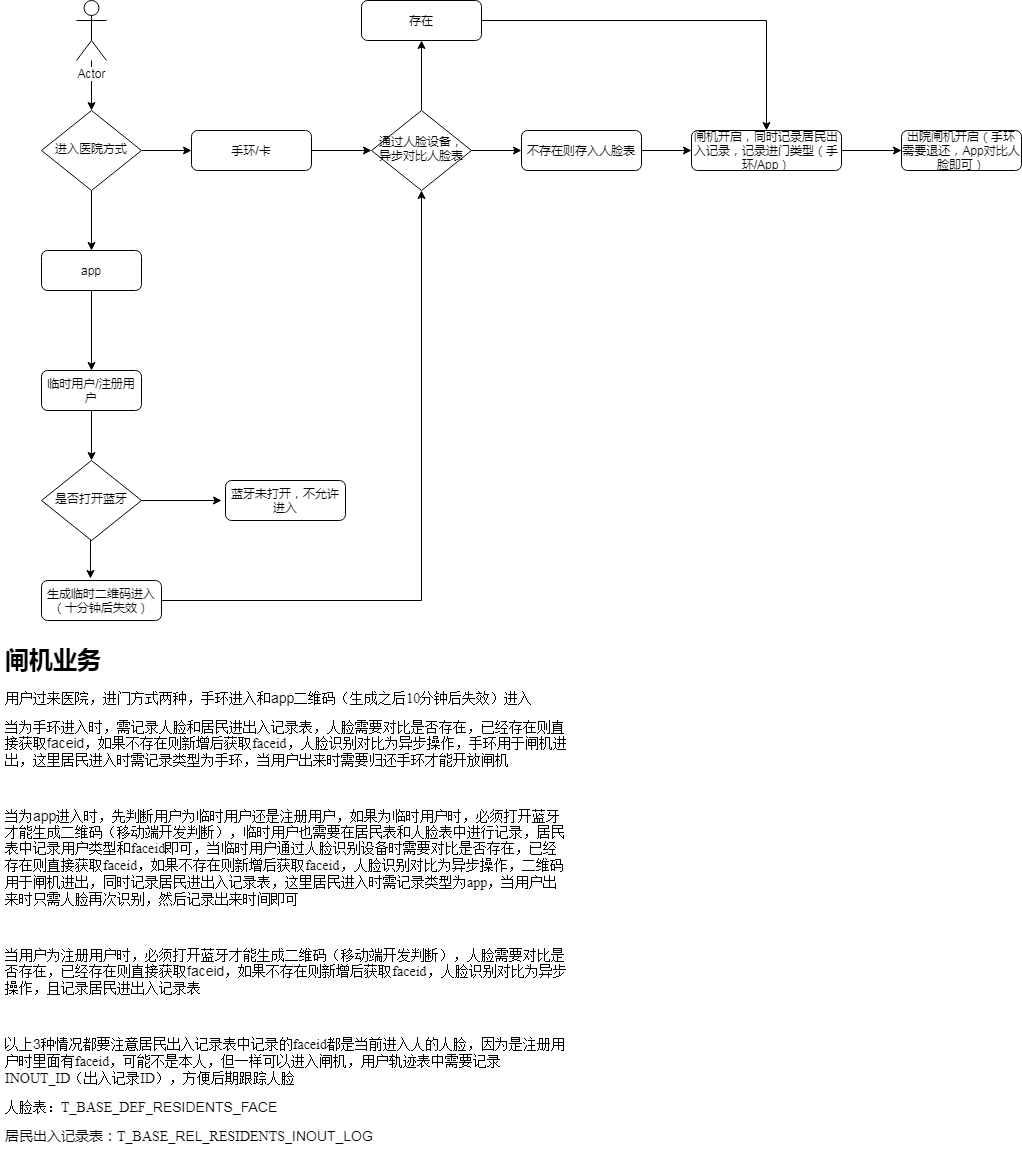
This is 闸机.png from yin8133/imageFile, a draw.io export, as it was before one commit. Source tidied: cells renumbered, new cells last; positions are measured from the earlier drawing's top-left corner, leaving out a move shared by most shapes. The source it was exported from:
```xml
<mxGraphModel>
  <root>
    <mxCell id="0" />
    <mxCell id="1" parent="0" />
    <mxCell id="2" style="edgeStyle=orthogonalEdgeStyle;rounded=0;jettySize=auto;html=1;exitX=1;exitY=0.5;exitDx=0;exitDy=0;" parent="1" edge="1" source="4">
      <mxGeometry relative="1" as="geometry">
        <mxPoint x="191" y="150" as="targetPoint" />
      </mxGeometry>
    </mxCell>
    <mxCell id="3" style="edgeStyle=orthogonalEdgeStyle;rounded=0;jettySize=auto;html=1;entryX=0.5;entryY=0;entryDx=0;entryDy=0;" parent="1" edge="1" source="4" target="27">
      <mxGeometry relative="1" as="geometry" />
    </mxCell>
    <mxCell id="4" value="进入医院方式" style="rhombus;whiteSpace=wrap;html=1;shadow=0;fontFamily=Helvetica;fontSize=12;align=center;strokeWidth=1;spacing=6;spacingTop=-4;" parent="1" vertex="1">
      <mxGeometry x="41" y="110" width="100" height="80" as="geometry" />
    </mxCell>
    <mxCell id="5" style="edgeStyle=orthogonalEdgeStyle;rounded=0;jettySize=auto;html=1;exitX=1;exitY=0.5;exitDx=0;exitDy=0;entryX=0;entryY=0.5;entryDx=0;entryDy=0;" parent="1" edge="1" source="6" target="13">
      <mxGeometry relative="1" as="geometry" />
    </mxCell>
    <mxCell id="6" value="手环/卡" style="rounded=1;whiteSpace=wrap;html=1;fontSize=12;glass=0;strokeWidth=1;shadow=0;" parent="1" vertex="1">
      <mxGeometry x="191" y="130" width="120" height="40" as="geometry" />
    </mxCell>
    <mxCell id="7" style="edgeStyle=orthogonalEdgeStyle;rounded=0;jettySize=auto;html=1;entryX=0.5;entryY=0;entryDx=0;entryDy=0;" parent="1" edge="1" source="8" target="22">
      <mxGeometry relative="1" as="geometry" />
    </mxCell>
    <mxCell id="8" value="临时用户/注册用户" style="rounded=1;whiteSpace=wrap;html=1;fontSize=12;glass=0;strokeWidth=1;shadow=0;" parent="1" vertex="1">
      <mxGeometry x="41" y="370" width="100" height="40" as="geometry" />
    </mxCell>
    <mxCell id="9" style="edgeStyle=orthogonalEdgeStyle;rounded=0;jettySize=auto;html=1;entryX=0.5;entryY=0;entryDx=0;entryDy=0;" parent="1" edge="1" source="10" target="4">
      <mxGeometry relative="1" as="geometry" />
    </mxCell>
    <mxCell id="10" value="Actor" style="shape=umlActor;verticalLabelPosition=bottom;labelBackgroundColor=#ffffff;verticalAlign=top;html=1;outlineConnect=0;" parent="1" vertex="1">
      <mxGeometry x="76" width="30" height="60" as="geometry" />
    </mxCell>
    <mxCell id="11" style="edgeStyle=orthogonalEdgeStyle;rounded=0;jettySize=auto;html=1;exitX=1;exitY=0.5;exitDx=0;exitDy=0;" parent="1" edge="1" source="13">
      <mxGeometry relative="1" as="geometry">
        <mxPoint x="521" y="150" as="targetPoint" />
      </mxGeometry>
    </mxCell>
    <mxCell id="12" style="edgeStyle=orthogonalEdgeStyle;rounded=0;jettySize=auto;html=1;exitX=0.5;exitY=0;exitDx=0;exitDy=0;" parent="1" edge="1" source="13">
      <mxGeometry relative="1" as="geometry">
        <mxPoint x="421" y="40" as="targetPoint" />
      </mxGeometry>
    </mxCell>
    <mxCell id="13" value="通过人脸设备，异步对比人脸表" style="rhombus;whiteSpace=wrap;html=1;shadow=0;fontFamily=Helvetica;fontSize=12;align=center;strokeWidth=1;spacing=6;spacingTop=-4;" parent="1" vertex="1">
      <mxGeometry x="371" y="110" width="100" height="80" as="geometry" />
    </mxCell>
    <mxCell id="14" style="edgeStyle=orthogonalEdgeStyle;rounded=0;jettySize=auto;html=1;exitX=1;exitY=0.5;exitDx=0;exitDy=0;entryX=0.5;entryY=0;entryDx=0;entryDy=0;" parent="1" edge="1" source="15" target="19">
      <mxGeometry relative="1" as="geometry" />
    </mxCell>
    <mxCell id="15" value="存在" style="rounded=1;whiteSpace=wrap;html=1;fontSize=12;glass=0;strokeWidth=1;shadow=0;" parent="1" vertex="1">
      <mxGeometry x="361" width="120" height="40" as="geometry" />
    </mxCell>
    <mxCell id="16" style="edgeStyle=orthogonalEdgeStyle;rounded=0;jettySize=auto;html=1;exitX=1;exitY=0.5;exitDx=0;exitDy=0;" parent="1" edge="1" source="17" target="19">
      <mxGeometry relative="1" as="geometry" />
    </mxCell>
    <mxCell id="17" value="不存在则存入人脸表" style="rounded=1;whiteSpace=wrap;html=1;fontSize=12;glass=0;strokeWidth=1;shadow=0;" parent="1" vertex="1">
      <mxGeometry x="521" y="130" width="120" height="40" as="geometry" />
    </mxCell>
    <mxCell id="18" style="edgeStyle=orthogonalEdgeStyle;rounded=0;jettySize=auto;html=1;exitX=1;exitY=0.5;exitDx=0;exitDy=0;entryX=0;entryY=0.5;entryDx=0;entryDy=0;" parent="1" edge="1" source="19" target="28">
      <mxGeometry relative="1" as="geometry" />
    </mxCell>
    <mxCell id="19" value="&lt;span id=&quot;pos_placeholder&quot; style=&quot;width: 0px ; height: 0px ; visibility: hidden ; margin: 0px ; padding: 0px&quot;&gt;&lt;/span&gt;闸机开启，同时记录居民出入记录，记录进门类型（手环/App）" style="rounded=1;whiteSpace=wrap;html=1;fontSize=12;glass=0;strokeWidth=1;shadow=0;" parent="1" vertex="1">
      <mxGeometry x="691" y="130" width="150" height="40" as="geometry" />
    </mxCell>
    <mxCell id="20" style="edgeStyle=orthogonalEdgeStyle;rounded=0;jettySize=auto;html=1;exitX=1;exitY=0.5;exitDx=0;exitDy=0;" parent="1" edge="1" source="22">
      <mxGeometry relative="1" as="geometry">
        <mxPoint x="221" y="500" as="targetPoint" />
      </mxGeometry>
    </mxCell>
    <mxCell id="21" style="edgeStyle=orthogonalEdgeStyle;rounded=0;jettySize=auto;html=1;exitX=0.5;exitY=1;exitDx=0;exitDy=0;entryX=0.408;entryY=-0.05;entryDx=0;entryDy=0;entryPerimeter=0;" parent="1" edge="1" source="22" target="25">
      <mxGeometry relative="1" as="geometry" />
    </mxCell>
    <mxCell id="22" value="是否打开蓝牙" style="rhombus;whiteSpace=wrap;html=1;shadow=0;fontFamily=Helvetica;fontSize=12;align=center;strokeWidth=1;spacing=6;spacingTop=-4;" parent="1" vertex="1">
      <mxGeometry x="41" y="460" width="100" height="80" as="geometry" />
    </mxCell>
    <mxCell id="23" value="蓝牙未打开，不允许进入" style="rounded=1;whiteSpace=wrap;html=1;fontSize=12;glass=0;strokeWidth=1;shadow=0;" parent="1" vertex="1">
      <mxGeometry x="225" y="480" width="120" height="40" as="geometry" />
    </mxCell>
    <mxCell id="24" style="edgeStyle=orthogonalEdgeStyle;rounded=0;jettySize=auto;html=1;exitX=1;exitY=0.5;exitDx=0;exitDy=0;entryX=0.5;entryY=1;entryDx=0;entryDy=0;" parent="1" edge="1" source="25" target="13">
      <mxGeometry relative="1" as="geometry" />
    </mxCell>
    <mxCell id="25" value="生成临时二维码进入（十分钟后失效）" style="rounded=1;whiteSpace=wrap;html=1;fontSize=12;glass=0;strokeWidth=1;shadow=0;" parent="1" vertex="1">
      <mxGeometry x="41" y="580" width="120" height="40" as="geometry" />
    </mxCell>
    <mxCell id="26" style="edgeStyle=orthogonalEdgeStyle;rounded=0;jettySize=auto;html=1;entryX=0.5;entryY=0;entryDx=0;entryDy=0;" parent="1" edge="1" source="27" target="8">
      <mxGeometry relative="1" as="geometry" />
    </mxCell>
    <mxCell id="27" value="app" style="rounded=1;whiteSpace=wrap;html=1;fontSize=12;glass=0;strokeWidth=1;shadow=0;" parent="1" vertex="1">
      <mxGeometry x="41" y="250" width="100" height="40" as="geometry" />
    </mxCell>
    <mxCell id="28" value="出院闸机开启（手环需要退还，App对比人脸即可）" style="rounded=1;whiteSpace=wrap;html=1;fontSize=12;glass=0;strokeWidth=1;shadow=0;" parent="1" vertex="1">
      <mxGeometry x="901" y="130" width="120" height="40" as="geometry" />
    </mxCell>
    <mxCell id="29" value="&lt;h1&gt;&lt;span id=&quot;pos_placeholder&quot; style=&quot;width: 0px ; height: 0px ; visibility: hidden ; margin: 0px ; padding: 0px&quot;&gt;&lt;/span&gt;&lt;span id=&quot;pos_placeholder&quot; style=&quot;width: 0px ; height: 0px ; visibility: hidden ; margin: 0px ; padding: 0px&quot;&gt;&lt;/span&gt;闸机业务&lt;/h1&gt;&lt;p class=&quot;MsoNormal&quot;&gt;&lt;span style=&quot;font-size: 10.5000pt&quot;&gt;&lt;font face=&quot;宋体&quot;&gt;用户过来医院，进门方式两种，手环进入和&lt;/font&gt;app&lt;font face=&quot;宋体&quot;&gt;二维码（生成之后&lt;/font&gt;&lt;font face=&quot;Times New Roman&quot;&gt;10&lt;/font&gt;&lt;font face=&quot;宋体&quot;&gt;分钟后失效）进入&lt;/font&gt;&lt;/span&gt;&lt;span style=&quot;font-size: 10.5000pt&quot;&gt;&lt;/span&gt;&lt;/p&gt;&lt;p class=&quot;MsoNormal&quot;&gt;&lt;span style=&quot;font-size: 10.5000pt&quot;&gt;&lt;font face=&quot;宋体&quot;&gt;当为手环进入时，需记录人脸和居民进出入记录表，人脸需要对比是否存在，已经存在则直接获取&lt;/font&gt;faceid&lt;font face=&quot;宋体&quot;&gt;，如果不存在则新增后获取&lt;/font&gt;&lt;font face=&quot;Times New Roman&quot;&gt;faceid&lt;/font&gt;&lt;font face=&quot;宋体&quot;&gt;，人脸识别对比为异步操作，手环用于闸机进出，这里居民进入时需记录类型为手环，当用户出来时需要归还手环才能开放闸机&lt;/font&gt;&lt;/span&gt;&lt;span style=&quot;font-size: 10.5000pt&quot;&gt;&lt;/span&gt;&lt;/p&gt;&lt;p class=&quot;MsoNormal&quot;&gt;&lt;span style=&quot;font-size: 10.5000pt&quot;&gt;&amp;nbsp;&lt;/span&gt;&lt;/p&gt;&lt;p class=&quot;MsoNormal&quot;&gt;&lt;span style=&quot;font-size: 10.5000pt&quot;&gt;&lt;font face=&quot;宋体&quot;&gt;当为&lt;/font&gt;app&lt;font face=&quot;宋体&quot;&gt;进入时，先判断用户为临时用户还是注册用户，如果为临时用户时，必须打开蓝牙才能生成二维码（移动端开发判断），临时用户也需要在居民表和人脸表中进行记录，居民表中记录用户类型和&lt;/font&gt;&lt;font face=&quot;Times New Roman&quot;&gt;faceid&lt;/font&gt;&lt;font face=&quot;宋体&quot;&gt;即可，当临时用户通过人脸识别设备时需要对比是否存在，已经存在则直接获取&lt;/font&gt;&lt;font face=&quot;Times New Roman&quot;&gt;faceid&lt;/font&gt;&lt;font face=&quot;宋体&quot;&gt;，如果不存在则新增后获取&lt;/font&gt;&lt;font face=&quot;Times New Roman&quot;&gt;faceid&lt;/font&gt;&lt;font face=&quot;宋体&quot;&gt;，人脸识别对比为异步操作，二维码用于闸机进出，同时记录居民进出入记录表，这里居民进入时需记录类型为&lt;/font&gt;&lt;font face=&quot;Times New Roman&quot;&gt;app&lt;/font&gt;&lt;font face=&quot;宋体&quot;&gt;，当用户出来时只需人脸再次识别，然后记录出来时间即可&lt;/font&gt;&lt;/span&gt;&lt;span style=&quot;font-size: 10.5000pt&quot;&gt;&lt;/span&gt;&lt;/p&gt;&lt;p class=&quot;MsoNormal&quot;&gt;&lt;span style=&quot;font-size: 10.5000pt&quot;&gt;&amp;nbsp;&lt;/span&gt;&lt;/p&gt;&lt;p class=&quot;MsoNormal&quot;&gt;&lt;span style=&quot;font-size: 10.5000pt&quot;&gt;&lt;font face=&quot;宋体&quot;&gt;当用户为注册用户时，必须打开蓝牙才能生成二维码（移动端开发判断），人脸需要对比是否存在，已经存在则直接获取&lt;/font&gt;faceid&lt;font face=&quot;宋体&quot;&gt;，如果不存在则新增后获取&lt;/font&gt;&lt;font face=&quot;Times New Roman&quot;&gt;faceid&lt;/font&gt;&lt;font face=&quot;宋体&quot;&gt;，人脸识别对比为异步操作，且记录居民进出入记录表&lt;/font&gt;&lt;/span&gt;&lt;span style=&quot;font-size: 10.5000pt&quot;&gt;&lt;/span&gt;&lt;/p&gt;&lt;p class=&quot;MsoNormal&quot;&gt;&lt;span style=&quot;font-size: 10.5000pt&quot;&gt;&amp;nbsp;&lt;/span&gt;&lt;/p&gt;&lt;p&gt;&lt;/p&gt;&lt;p class=&quot;MsoNormal&quot;&gt;&lt;span style=&quot;font-size: 10.5000pt&quot;&gt;&lt;font face=&quot;宋体&quot;&gt;以上&lt;/font&gt;3&lt;font face=&quot;宋体&quot;&gt;种情况都要注意居民出入记录表中记录的&lt;/font&gt;&lt;font face=&quot;Times New Roman&quot;&gt;faceid&lt;/font&gt;&lt;font face=&quot;宋体&quot;&gt;都是当前进入人的人脸，因为是注册用户时里面有&lt;/font&gt;&lt;font face=&quot;Times New Roman&quot;&gt;faceid&lt;/font&gt;&lt;font face=&quot;宋体&quot;&gt;，可能不是本人，但一样可以进入闸机，用户轨迹表中需要记录&lt;/font&gt;&lt;font face=&quot;Times New Roman&quot;&gt;INOUT_ID&lt;/font&gt;&lt;font face=&quot;宋体&quot;&gt;（出入记录&lt;/font&gt;&lt;font face=&quot;Times New Roman&quot;&gt;ID&lt;/font&gt;&lt;font face=&quot;宋体&quot;&gt;），方便后期跟踪人脸&lt;/font&gt;&lt;/span&gt;&lt;span style=&quot;font-family: &amp;#34;times new roman&amp;#34; ; font-size: 10.5000pt&quot;&gt;&lt;/span&gt;&lt;/p&gt;&lt;p class=&quot;MsoNormal&quot;&gt;&lt;span style=&quot;font-size: 10.5000pt&quot;&gt;&lt;font face=&quot;宋体&quot;&gt;人脸表：&lt;/font&gt;&lt;/span&gt;&lt;span style=&quot;font-family: &amp;#34;times new roman&amp;#34; ; font-size: 10.5pt&quot;&gt;T_BASE_DEF_&lt;/span&gt;&lt;span style=&quot;font-size: 10.5pt&quot;&gt;RESIDENTS_FACE&lt;/span&gt;&lt;/p&gt;&lt;p class=&quot;MsoNormal&quot;&gt;&lt;span style=&quot;font-size: 10.5pt&quot;&gt;居民出入记录表：&lt;/span&gt;&lt;span style=&quot;font-family: &amp;#34;times new roman&amp;#34; ; font-size: 10.5pt&quot;&gt;T_BASE_&lt;/span&gt;&lt;span style=&quot;font-size: 10.5pt&quot;&gt;REL&lt;/span&gt;&lt;span style=&quot;font-family: &amp;#34;times new roman&amp;#34; ; font-size: 10.5pt&quot;&gt;_RESIDENTS_&lt;/span&gt;&lt;span style=&quot;font-size: 10.5pt&quot;&gt;INOUT_LOG&lt;/span&gt;&lt;/p&gt;&lt;p class=&quot;MsoNormal&quot;&gt;&lt;span style=&quot;font-size: 10.5pt&quot;&gt;&lt;br&gt;&lt;/span&gt;&lt;/p&gt;&lt;p class=&quot;MsoNormal&quot;&gt;&lt;span style=&quot;font-size: 10.5000pt&quot;&gt;&lt;font face=&quot;宋体&quot;&gt;&lt;br&gt;&lt;/font&gt;&lt;/span&gt;&lt;/p&gt;" style="text;html=1;strokeColor=none;fillColor=none;spacing=5;spacingTop=-20;whiteSpace=wrap;overflow=hidden;rounded=0;" parent="1" vertex="1">
      <mxGeometry y="640" width="570" height="510" as="geometry" />
    </mxCell>
  </root>
</mxGraphModel>
```
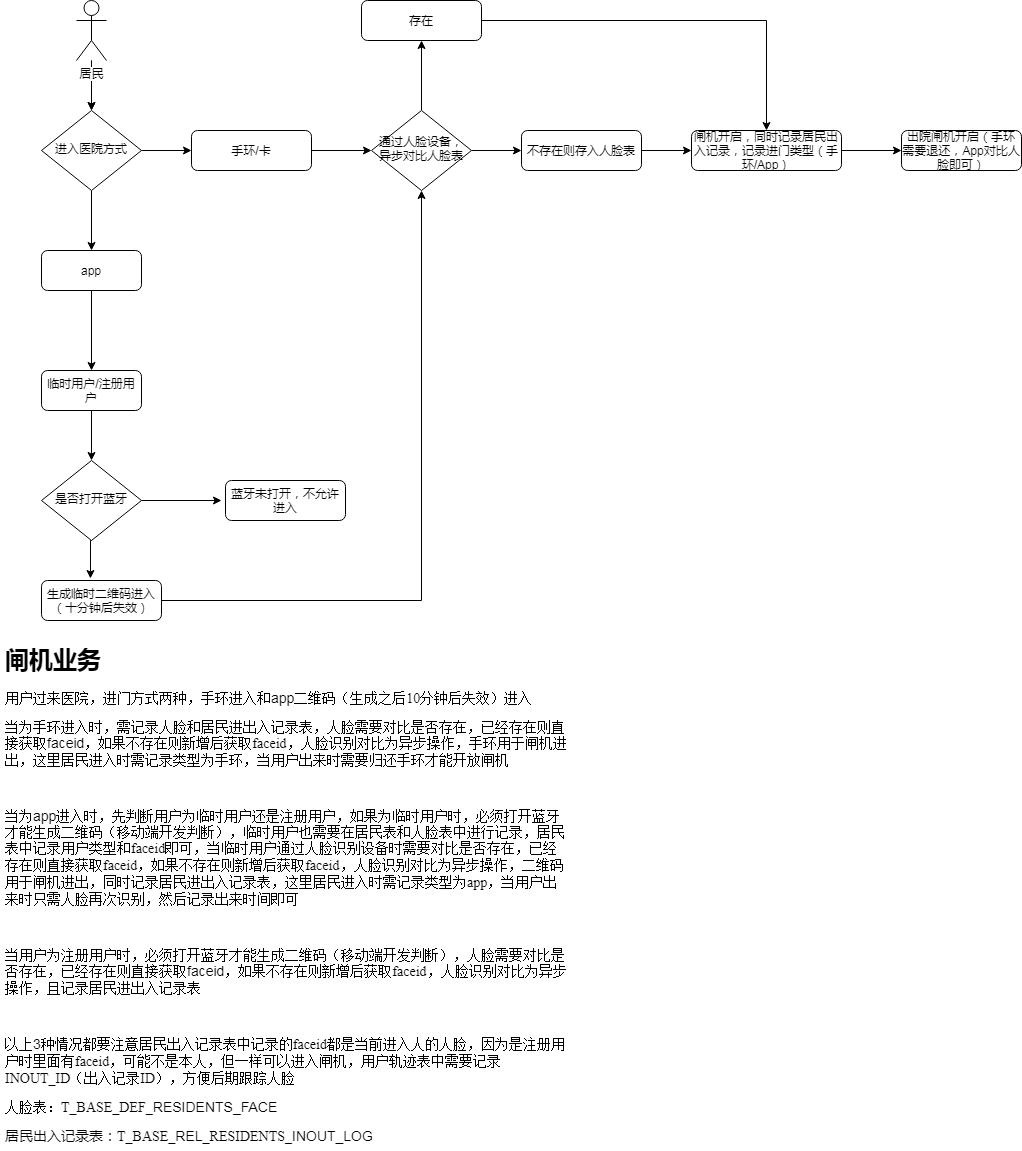
The same diagram one commit later.

Change to the diagram source:
```diff
@@ -28,7 +28,10 @@
     <mxCell id="9" style="edgeStyle=orthogonalEdgeStyle;rounded=0;jettySize=auto;html=1;entryX=0.5;entryY=0;entryDx=0;entryDy=0;" parent="1" edge="1" source="10" target="4">
       <mxGeometry relative="1" as="geometry" />
     </mxCell>
+    <mxCell id="30" style="edgeStyle=orthogonalEdgeStyle;rounded=0;jettySize=auto;html=1;" parent="1" edge="1" source="10" target="4">
+      <mxGeometry relative="1" as="geometry" />
+    </mxCell>
-    <mxCell id="10" value="Actor" style="shape=umlActor;verticalLabelPosition=bottom;labelBackgroundColor=#ffffff;verticalAlign=top;html=1;outlineConnect=0;" parent="1" vertex="1">
+    <mxCell id="10" value="居民" style="shape=umlActor;verticalLabelPosition=bottom;labelBackgroundColor=#ffffff;verticalAlign=top;html=1;outlineConnect=0;" parent="1" vertex="1">
       <mxGeometry x="76" width="30" height="60" as="geometry" />
     </mxCell>
     <mxCell id="11" style="edgeStyle=orthogonalEdgeStyle;rounded=0;jettySize=auto;html=1;exitX=1;exitY=0.5;exitDx=0;exitDy=0;" parent="1" edge="1" source="13">
```
